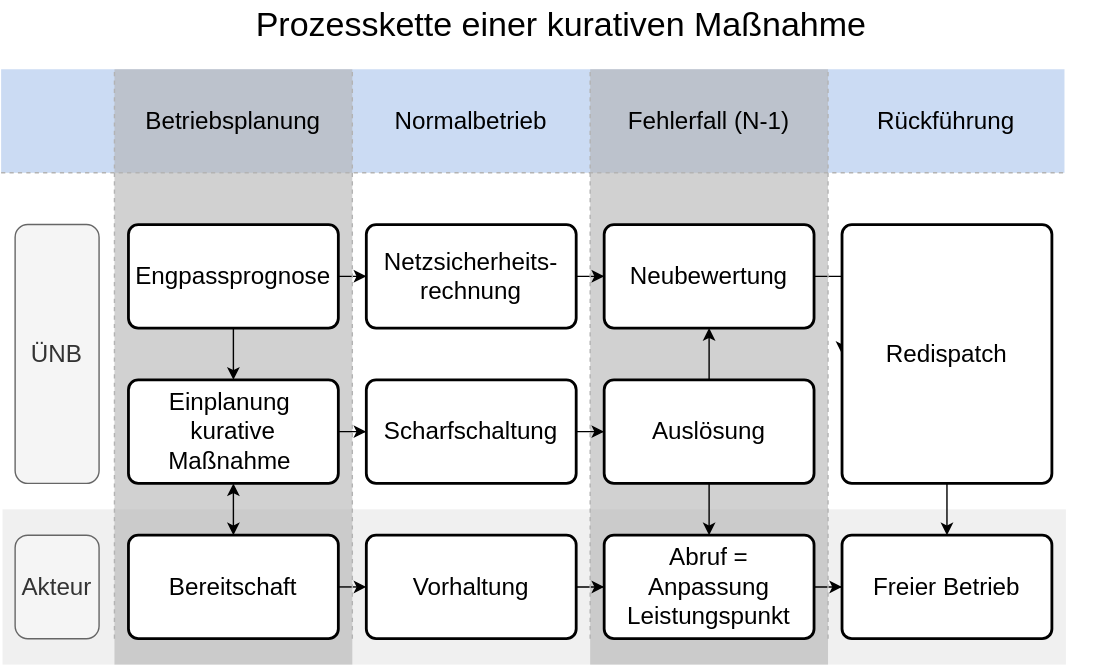
Before: figures/chapter_2/curative_process.svg, a diagram exported from draw.io (nikolaus0812/Masterarbeit-Ausgestaltung-eines-Marktmechanismus-fuer-kurative-Systemfuehrung-zur-Engpassbehebung). Source tidied: cells renumbered, new cells last; positions are measured from the earlier drawing's top-left corner, leaving out a move shared by most shapes.
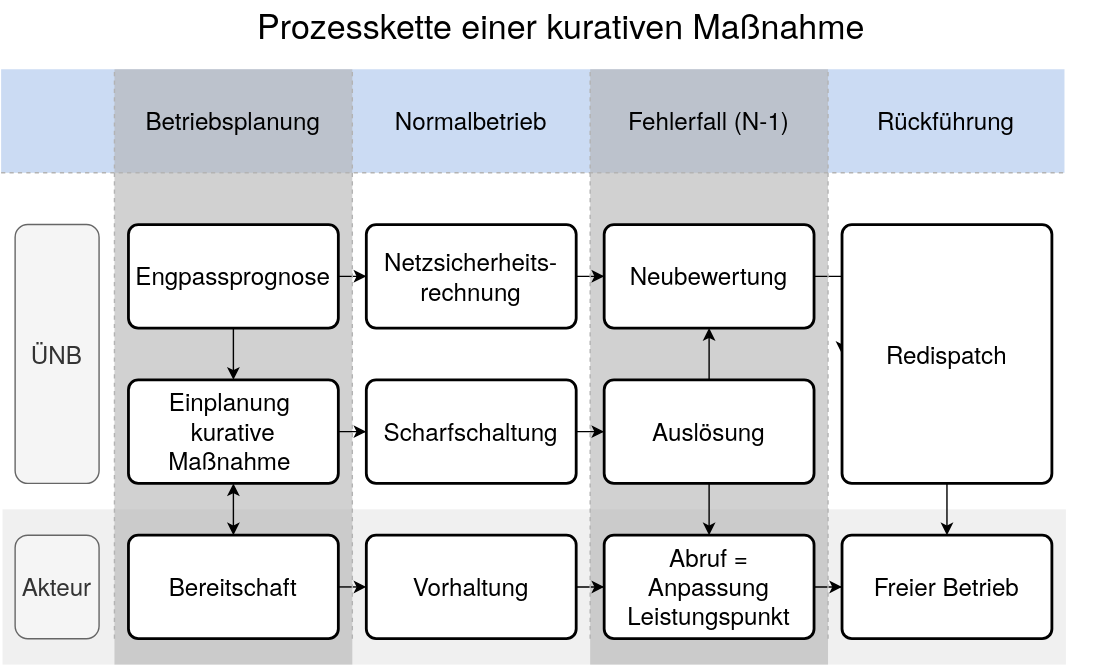
After the change.

The edit, as a diff of the source:
```diff
@@ -2,141 +2,141 @@
   <root>
     <mxCell id="0" />
     <mxCell id="1" parent="0" />
-    <mxCell id="2" style="rounded=0;whiteSpace=wrap;html=1;opacity=60;gradientColor=none;fillColor=light-dark(#E6E6E6,#EDEDED);strokeColor=none;fontSize=17.3;fontFamily=Helvetica;" parent="1" vertex="1">
+    <mxCell id="2" style="rounded=0;whiteSpace=wrap;html=1;opacity=60;gradientColor=none;fillColor=light-dark(#E6E6E6,#EDEDED);strokeColor=none;fontSize=17.3;fontFamily=TeX Gyre Heros;" parent="1" vertex="1">
       <mxGeometry x="1" y="363.5" width="760" height="111" as="geometry" />
     </mxCell>
-    <mxCell id="3" style="rounded=0;whiteSpace=wrap;html=1;opacity=60;gradientColor=none;fillColor=light-dark(#A9C4EB,#EDEDED);strokeColor=none;fontSize=17.3;fontFamily=Helvetica;" parent="1" vertex="1">
+    <mxCell id="3" style="rounded=0;whiteSpace=wrap;html=1;opacity=60;gradientColor=none;fillColor=light-dark(#A9C4EB,#EDEDED);strokeColor=none;fontSize=17.3;fontFamily=TeX Gyre Heros;" parent="1" vertex="1">
       <mxGeometry y="49" width="760" height="74" as="geometry" />
     </mxCell>
-    <mxCell id="4" style="rounded=0;whiteSpace=wrap;html=1;opacity=60;gradientColor=none;fillColor=light-dark(#B3B3B3,#EDEDED);strokeColor=none;fontSize=17.3;fontFamily=Helvetica;" parent="1" vertex="1">
+    <mxCell id="4" style="rounded=0;whiteSpace=wrap;html=1;opacity=60;gradientColor=none;fillColor=light-dark(#B3B3B3,#EDEDED);strokeColor=none;fontSize=17.3;fontFamily=TeX Gyre Heros;" parent="1" vertex="1">
       <mxGeometry x="421" y="49" width="170" height="425.5" as="geometry" />
     </mxCell>
-    <mxCell id="5" style="rounded=0;whiteSpace=wrap;html=1;opacity=60;gradientColor=none;fillColor=light-dark(#B3B3B3,#EDEDED);strokeColor=none;fontSize=17.3;fontFamily=Helvetica;" parent="1" vertex="1">
+    <mxCell id="5" style="rounded=0;whiteSpace=wrap;html=1;opacity=60;gradientColor=none;fillColor=light-dark(#B3B3B3,#EDEDED);strokeColor=none;fontSize=17.3;fontFamily=TeX Gyre Heros;" parent="1" vertex="1">
       <mxGeometry x="81" y="49" width="170" height="425.5" as="geometry" />
     </mxCell>
-    <mxCell id="6" style="edgeStyle=orthogonalEdgeStyle;rounded=0;jettySize=auto;html=1;exitX=0.5;exitY=1;exitDx=0;exitDy=0;entryX=0.5;entryY=0;entryDx=0;entryDy=0;fontFamily=Helvetica;" parent="1" edge="1" source="8" target="13">
+    <mxCell id="6" style="edgeStyle=orthogonalEdgeStyle;rounded=0;jettySize=auto;html=1;exitX=0.5;exitY=1;exitDx=0;exitDy=0;entryX=0.5;entryY=0;entryDx=0;entryDy=0;fontFamily=TeX Gyre Heros;" parent="1" edge="1" source="8" target="13">
       <mxGeometry relative="1" as="geometry" />
     </mxCell>
-    <mxCell id="7" style="edgeStyle=orthogonalEdgeStyle;rounded=0;jettySize=auto;html=1;fontFamily=Helvetica;" parent="1" edge="1" source="8" target="20">
+    <mxCell id="7" style="edgeStyle=orthogonalEdgeStyle;rounded=0;jettySize=auto;html=1;fontFamily=TeX Gyre Heros;" parent="1" edge="1" source="8" target="20">
       <mxGeometry relative="1" as="geometry" />
     </mxCell>
-    <mxCell id="8" value="Engpassprognose" style="rounded=1;whiteSpace=wrap;html=1;absoluteArcSize=1;arcSize=14;strokeWidth=2;fontSize=17.3;fontFamily=Helvetica;" parent="1" vertex="1">
+    <mxCell id="8" value="Engpassprognose" style="rounded=1;whiteSpace=wrap;html=1;absoluteArcSize=1;arcSize=14;strokeWidth=2;fontSize=17.3;fontFamily=TeX Gyre Heros;" parent="1" vertex="1">
       <mxGeometry x="91" y="160" width="150" height="74" as="geometry" />
     </mxCell>
-    <mxCell id="9" value="ÜNB" style="text;html=1;whiteSpace=wrap;strokeColor=#666666;fillColor=#f5f5f5;align=center;verticalAlign=middle;rounded=1;fontSize=17.3;fontStyle=0;fontColor=#333333;fontFamily=Helvetica;" parent="1" vertex="1">
+    <mxCell id="9" value="ÜNB" style="text;html=1;whiteSpace=wrap;strokeColor=#666666;fillColor=#f5f5f5;align=center;verticalAlign=middle;rounded=1;fontSize=17.3;fontStyle=0;fontColor=#333333;fontFamily=TeX Gyre Heros;" parent="1" vertex="1">
       <mxGeometry x="10" y="160" width="60" height="185" as="geometry" />
     </mxCell>
-    <mxCell id="10" value="Akteur" style="text;html=1;whiteSpace=wrap;strokeColor=#666666;fillColor=#f5f5f5;align=center;verticalAlign=middle;rounded=1;fontSize=17.3;fontStyle=0;fontColor=#333333;fontFamily=Helvetica;" parent="1" vertex="1">
+    <mxCell id="10" value="Akteur" style="text;html=1;whiteSpace=wrap;strokeColor=#666666;fillColor=#f5f5f5;align=center;verticalAlign=middle;rounded=1;fontSize=17.3;fontStyle=0;fontColor=#333333;fontFamily=TeX Gyre Heros;" parent="1" vertex="1">
       <mxGeometry x="10" y="382" width="60" height="74" as="geometry" />
     </mxCell>
-    <mxCell id="11" style="edgeStyle=orthogonalEdgeStyle;rounded=0;jettySize=auto;html=1;entryX=0.5;entryY=0;entryDx=0;entryDy=0;startArrow=classic;startFill=1;fontFamily=Helvetica;" parent="1" edge="1" target="15">
+    <mxCell id="11" style="edgeStyle=orthogonalEdgeStyle;rounded=0;jettySize=auto;html=1;entryX=0.5;entryY=0;entryDx=0;entryDy=0;startArrow=classic;startFill=1;fontFamily=TeX Gyre Heros;" parent="1" edge="1" target="15">
       <mxGeometry relative="1" as="geometry">
         <mxPoint x="166" y="345" as="sourcePoint" />
       </mxGeometry>
     </mxCell>
-    <mxCell id="12" style="edgeStyle=orthogonalEdgeStyle;rounded=0;jettySize=auto;html=1;exitX=1;exitY=0.5;exitDx=0;exitDy=0;fontFamily=Helvetica;" parent="1" edge="1" source="13" target="22">
+    <mxCell id="12" style="edgeStyle=orthogonalEdgeStyle;rounded=0;jettySize=auto;html=1;exitX=1;exitY=0.5;exitDx=0;exitDy=0;fontFamily=TeX Gyre Heros;" parent="1" edge="1" source="13" target="22">
       <mxGeometry relative="1" as="geometry" />
     </mxCell>
-    <mxCell id="13" value="Einplanung&amp;nbsp;&lt;div&gt;kurative Maßnahme&amp;nbsp;&lt;/div&gt;" style="rounded=1;whiteSpace=wrap;html=1;absoluteArcSize=1;arcSize=14;strokeWidth=2;fontSize=17.3;fontFamily=Helvetica;" parent="1" vertex="1">
+    <mxCell id="13" value="Einplanung&amp;nbsp;&lt;div&gt;kurative Maßnahme&amp;nbsp;&lt;/div&gt;" style="rounded=1;whiteSpace=wrap;html=1;absoluteArcSize=1;arcSize=14;strokeWidth=2;fontSize=17.3;fontFamily=TeX Gyre Heros;" parent="1" vertex="1">
       <mxGeometry x="91" y="271" width="150" height="74" as="geometry" />
     </mxCell>
-    <mxCell id="14" style="edgeStyle=orthogonalEdgeStyle;rounded=0;jettySize=auto;html=1;exitX=1;exitY=0.5;exitDx=0;exitDy=0;entryX=0;entryY=0.5;entryDx=0;entryDy=0;fontFamily=Helvetica;" parent="1" edge="1" source="15" target="24">
+    <mxCell id="14" style="edgeStyle=orthogonalEdgeStyle;rounded=0;jettySize=auto;html=1;exitX=1;exitY=0.5;exitDx=0;exitDy=0;entryX=0;entryY=0.5;entryDx=0;entryDy=0;fontFamily=TeX Gyre Heros;" parent="1" edge="1" source="15" target="24">
       <mxGeometry relative="1" as="geometry" />
     </mxCell>
-    <mxCell id="15" value="Bereitschaft" style="rounded=1;whiteSpace=wrap;html=1;absoluteArcSize=1;arcSize=14;strokeWidth=2;fontSize=17.3;fontFamily=Helvetica;" parent="1" vertex="1">
+    <mxCell id="15" value="Bereitschaft" style="rounded=1;whiteSpace=wrap;html=1;absoluteArcSize=1;arcSize=14;strokeWidth=2;fontSize=17.3;fontFamily=TeX Gyre Heros;" parent="1" vertex="1">
       <mxGeometry x="91" y="382" width="150" height="74" as="geometry" />
     </mxCell>
-    <mxCell id="16" style="endArrow=none;html=1;rounded=1;dashed=1;curved=0;strokeColor=#B3B3B3;fontSize=17.3;fontFamily=Helvetica;" parent="1" edge="1">
+    <mxCell id="16" style="endArrow=none;html=1;rounded=1;dashed=1;curved=0;strokeColor=#B3B3B3;fontSize=17.3;fontFamily=TeX Gyre Heros;" parent="1" edge="1">
       <mxGeometry relative="1" as="geometry">
         <mxPoint x="81" y="456" as="sourcePoint" />
         <mxPoint x="81" y="49" as="targetPoint" />
       </mxGeometry>
     </mxCell>
-    <mxCell id="17" style="endArrow=none;html=1;rounded=1;dashed=1;curved=0;strokeColor=#B3B3B3;fontSize=17.3;fontFamily=Helvetica;" parent="1" edge="1">
+    <mxCell id="17" style="endArrow=none;html=1;rounded=1;dashed=1;curved=0;strokeColor=#B3B3B3;fontSize=17.3;fontFamily=TeX Gyre Heros;" parent="1" edge="1">
       <mxGeometry relative="1" as="geometry">
         <mxPoint x="251" y="456" as="sourcePoint" />
         <mxPoint x="251" y="49" as="targetPoint" />
       </mxGeometry>
     </mxCell>
-    <mxCell id="18" style="endArrow=none;html=1;rounded=1;dashed=1;curved=0;strokeColor=#B3B3B3;fontSize=17.3;fontFamily=Helvetica;" parent="1" edge="1">
+    <mxCell id="18" style="endArrow=none;html=1;rounded=1;dashed=1;curved=0;strokeColor=#B3B3B3;fontSize=17.3;fontFamily=TeX Gyre Heros;" parent="1" edge="1">
       <mxGeometry relative="1" as="geometry">
         <mxPoint y="123" as="sourcePoint" />
         <mxPoint x="760" y="123" as="targetPoint" />
       </mxGeometry>
     </mxCell>
-    <mxCell id="19" style="edgeStyle=orthogonalEdgeStyle;rounded=0;jettySize=auto;html=1;fontFamily=Helvetica;" parent="1" edge="1" source="20" target="27">
+    <mxCell id="19" style="edgeStyle=orthogonalEdgeStyle;rounded=0;jettySize=auto;html=1;fontFamily=TeX Gyre Heros;" parent="1" edge="1" source="20" target="27">
       <mxGeometry relative="1" as="geometry" />
     </mxCell>
-    <mxCell id="20" value="Netzsicherheits-&#10;rechnung" style="rounded=1;whiteSpace=wrap;html=1;absoluteArcSize=1;arcSize=14;strokeWidth=2;fontSize=17.3;fontFamily=Helvetica;" parent="1" vertex="1">
+    <mxCell id="20" value="Netzsicherheits-&#10;rechnung" style="rounded=1;whiteSpace=wrap;html=1;absoluteArcSize=1;arcSize=14;strokeWidth=2;fontSize=17.3;fontFamily=TeX Gyre Heros;" parent="1" vertex="1">
       <mxGeometry x="261" y="160" width="150" height="74" as="geometry" />
     </mxCell>
-    <mxCell id="21" style="edgeStyle=orthogonalEdgeStyle;rounded=0;jettySize=auto;html=1;fontFamily=Helvetica;" parent="1" edge="1" source="22" target="30">
+    <mxCell id="21" style="edgeStyle=orthogonalEdgeStyle;rounded=0;jettySize=auto;html=1;fontFamily=TeX Gyre Heros;" parent="1" edge="1" source="22" target="30">
       <mxGeometry relative="1" as="geometry" />
     </mxCell>
-    <mxCell id="22" value="Scharfschaltung" style="rounded=1;whiteSpace=wrap;html=1;absoluteArcSize=1;arcSize=14;strokeWidth=2;fontSize=17.3;fontFamily=Helvetica;" parent="1" vertex="1">
+    <mxCell id="22" value="Scharfschaltung" style="rounded=1;whiteSpace=wrap;html=1;absoluteArcSize=1;arcSize=14;strokeWidth=2;fontSize=17.3;fontFamily=TeX Gyre Heros;" parent="1" vertex="1">
       <mxGeometry x="261" y="271" width="150" height="74" as="geometry" />
     </mxCell>
-    <mxCell id="23" style="edgeStyle=orthogonalEdgeStyle;rounded=0;jettySize=auto;html=1;exitX=1;exitY=0.5;exitDx=0;exitDy=0;fontFamily=Helvetica;" parent="1" edge="1" source="24" target="32">
+    <mxCell id="23" style="edgeStyle=orthogonalEdgeStyle;rounded=0;jettySize=auto;html=1;exitX=1;exitY=0.5;exitDx=0;exitDy=0;fontFamily=TeX Gyre Heros;" parent="1" edge="1" source="24" target="32">
       <mxGeometry relative="1" as="geometry" />
     </mxCell>
-    <mxCell id="24" value="Vorhaltung" style="rounded=1;whiteSpace=wrap;html=1;absoluteArcSize=1;arcSize=14;strokeWidth=2;fontSize=17.3;fontFamily=Helvetica;" parent="1" vertex="1">
+    <mxCell id="24" value="Vorhaltung" style="rounded=1;whiteSpace=wrap;html=1;absoluteArcSize=1;arcSize=14;strokeWidth=2;fontSize=17.3;fontFamily=TeX Gyre Heros;" parent="1" vertex="1">
       <mxGeometry x="261" y="382" width="150" height="74" as="geometry" />
     </mxCell>
-    <mxCell id="25" style="endArrow=none;html=1;rounded=1;dashed=1;curved=0;strokeColor=#B3B3B3;fontSize=17.3;fontFamily=Helvetica;" parent="1" edge="1">
+    <mxCell id="25" style="endArrow=none;html=1;rounded=1;dashed=1;curved=0;strokeColor=#B3B3B3;fontSize=17.3;fontFamily=TeX Gyre Heros;" parent="1" edge="1">
       <mxGeometry relative="1" as="geometry">
         <mxPoint x="421" y="456" as="sourcePoint" />
         <mxPoint x="421" y="49" as="targetPoint" />
       </mxGeometry>
     </mxCell>
-    <mxCell id="26" style="edgeStyle=orthogonalEdgeStyle;rounded=0;jettySize=auto;html=1;fontFamily=Helvetica;" parent="1" edge="1" source="27" target="35">
+    <mxCell id="26" style="edgeStyle=orthogonalEdgeStyle;rounded=0;jettySize=auto;html=1;fontFamily=TeX Gyre Heros;" parent="1" edge="1" source="27" target="35">
       <mxGeometry relative="1" as="geometry" />
     </mxCell>
-    <mxCell id="27" value="Neubewertung" style="rounded=1;whiteSpace=wrap;html=1;absoluteArcSize=1;arcSize=14;strokeWidth=2;fontSize=17.3;fontFamily=Helvetica;" parent="1" vertex="1">
+    <mxCell id="27" value="Neubewertung" style="rounded=1;whiteSpace=wrap;html=1;absoluteArcSize=1;arcSize=14;strokeWidth=2;fontSize=17.3;fontFamily=TeX Gyre Heros;" parent="1" vertex="1">
       <mxGeometry x="431" y="160" width="150" height="74" as="geometry" />
     </mxCell>
-    <mxCell id="28" style="edgeStyle=orthogonalEdgeStyle;rounded=0;jettySize=auto;html=1;exitX=0.5;exitY=1;exitDx=0;exitDy=0;entryX=0.5;entryY=0;entryDx=0;entryDy=0;fontFamily=Helvetica;" parent="1" edge="1" source="30" target="32">
+    <mxCell id="28" style="edgeStyle=orthogonalEdgeStyle;rounded=0;jettySize=auto;html=1;exitX=0.5;exitY=1;exitDx=0;exitDy=0;entryX=0.5;entryY=0;entryDx=0;entryDy=0;fontFamily=TeX Gyre Heros;" parent="1" edge="1" source="30" target="32">
       <mxGeometry relative="1" as="geometry" />
     </mxCell>
-    <mxCell id="29" style="edgeStyle=orthogonalEdgeStyle;rounded=0;jettySize=auto;html=1;exitX=0.5;exitY=0;exitDx=0;exitDy=0;entryX=0.5;entryY=1;entryDx=0;entryDy=0;fontFamily=Helvetica;" parent="1" edge="1" source="30" target="27">
+    <mxCell id="29" style="edgeStyle=orthogonalEdgeStyle;rounded=0;jettySize=auto;html=1;exitX=0.5;exitY=0;exitDx=0;exitDy=0;entryX=0.5;entryY=1;entryDx=0;entryDy=0;fontFamily=TeX Gyre Heros;" parent="1" edge="1" source="30" target="27">
       <mxGeometry relative="1" as="geometry" />
     </mxCell>
-    <mxCell id="30" value="Auslösung" style="rounded=1;whiteSpace=wrap;html=1;absoluteArcSize=1;arcSize=14;strokeWidth=2;fontSize=17.3;fontFamily=Helvetica;" parent="1" vertex="1">
+    <mxCell id="30" value="Auslösung" style="rounded=1;whiteSpace=wrap;html=1;absoluteArcSize=1;arcSize=14;strokeWidth=2;fontSize=17.3;fontFamily=TeX Gyre Heros;" parent="1" vertex="1">
       <mxGeometry x="431" y="271" width="150" height="74" as="geometry" />
     </mxCell>
-    <mxCell id="31" style="edgeStyle=orthogonalEdgeStyle;rounded=0;jettySize=auto;html=1;fontFamily=Helvetica;" parent="1" edge="1" source="32" target="36">
+    <mxCell id="31" style="edgeStyle=orthogonalEdgeStyle;rounded=0;jettySize=auto;html=1;fontFamily=TeX Gyre Heros;" parent="1" edge="1" source="32" target="36">
       <mxGeometry relative="1" as="geometry" />
     </mxCell>
-    <mxCell id="32" value="Abruf =&#10;Anpassung&#10;Leistungspunkt" style="rounded=1;whiteSpace=wrap;html=1;absoluteArcSize=1;arcSize=14;strokeWidth=2;fontSize=17.3;fontFamily=Helvetica;" parent="1" vertex="1">
+    <mxCell id="32" value="Abruf =&#10;Anpassung&#10;Leistungspunkt" style="rounded=1;whiteSpace=wrap;html=1;absoluteArcSize=1;arcSize=14;strokeWidth=2;fontSize=17.3;fontFamily=TeX Gyre Heros;" parent="1" vertex="1">
       <mxGeometry x="431" y="382" width="150" height="74" as="geometry" />
     </mxCell>
-    <mxCell id="33" style="endArrow=none;html=1;rounded=1;dashed=1;curved=0;strokeColor=#B3B3B3;fontSize=17.3;fontFamily=Helvetica;" parent="1" edge="1">
+    <mxCell id="33" style="endArrow=none;html=1;rounded=1;dashed=1;curved=0;strokeColor=#B3B3B3;fontSize=17.3;fontFamily=TeX Gyre Heros;" parent="1" edge="1">
       <mxGeometry relative="1" as="geometry">
         <mxPoint x="591" y="456" as="sourcePoint" />
         <mxPoint x="591" y="49" as="targetPoint" />
       </mxGeometry>
     </mxCell>
-    <mxCell id="34" style="edgeStyle=orthogonalEdgeStyle;rounded=0;jettySize=auto;html=1;fontFamily=Helvetica;" parent="1" edge="1" source="35" target="36">
+    <mxCell id="34" style="edgeStyle=orthogonalEdgeStyle;rounded=0;jettySize=auto;html=1;fontFamily=TeX Gyre Heros;" parent="1" edge="1" source="35" target="36">
       <mxGeometry relative="1" as="geometry" />
     </mxCell>
-    <mxCell id="35" value="Redispatch" style="rounded=1;whiteSpace=wrap;html=1;absoluteArcSize=1;arcSize=14;strokeWidth=2;fontSize=17.3;fontFamily=Helvetica;" parent="1" vertex="1">
+    <mxCell id="35" value="Redispatch" style="rounded=1;whiteSpace=wrap;html=1;absoluteArcSize=1;arcSize=14;strokeWidth=2;fontSize=17.3;fontFamily=TeX Gyre Heros;" parent="1" vertex="1">
       <mxGeometry x="601" y="160" width="150" height="185" as="geometry" />
     </mxCell>
-    <mxCell id="36" value="Freier Betrieb" style="rounded=1;whiteSpace=wrap;html=1;absoluteArcSize=1;arcSize=14;strokeWidth=2;fontSize=17.3;fontFamily=Helvetica;" parent="1" vertex="1">
+    <mxCell id="36" value="Freier Betrieb" style="rounded=1;whiteSpace=wrap;html=1;absoluteArcSize=1;arcSize=14;strokeWidth=2;fontSize=17.3;fontFamily=TeX Gyre Heros;" parent="1" vertex="1">
       <mxGeometry x="601" y="382" width="150" height="74" as="geometry" />
     </mxCell>
-    <mxCell id="37" value="Betriebsplanung" style="text;html=1;whiteSpace=wrap;strokeColor=none;fillColor=none;align=center;verticalAlign=middle;rounded=0;fontSize=17.3;fontFamily=Helvetica;" parent="1" vertex="1">
+    <mxCell id="37" value="Betriebsplanung" style="text;html=1;whiteSpace=wrap;strokeColor=none;fillColor=none;align=center;verticalAlign=middle;rounded=0;fontSize=17.3;fontFamily=TeX Gyre Heros;" parent="1" vertex="1">
       <mxGeometry x="81" y="49" width="170" height="74" as="geometry" />
     </mxCell>
-    <mxCell id="38" value="Normalbetrieb" style="text;html=1;whiteSpace=wrap;strokeColor=none;fillColor=none;align=center;verticalAlign=middle;rounded=0;fontSize=17.3;fontFamily=Helvetica;" parent="1" vertex="1">
+    <mxCell id="38" value="Normalbetrieb" style="text;html=1;whiteSpace=wrap;strokeColor=none;fillColor=none;align=center;verticalAlign=middle;rounded=0;fontSize=17.3;fontFamily=TeX Gyre Heros;" parent="1" vertex="1">
       <mxGeometry x="251" y="49" width="170" height="74" as="geometry" />
     </mxCell>
-    <mxCell id="39" value="Fehlerfall (N-1)" style="text;html=1;whiteSpace=wrap;strokeColor=none;fillColor=none;align=center;verticalAlign=middle;rounded=0;fontSize=17.3;fontFamily=Helvetica;" parent="1" vertex="1">
+    <mxCell id="39" value="Fehlerfall (N-1)" style="text;html=1;whiteSpace=wrap;strokeColor=none;fillColor=none;align=center;verticalAlign=middle;rounded=0;fontSize=17.3;fontFamily=TeX Gyre Heros;" parent="1" vertex="1">
       <mxGeometry x="421" y="49" width="170" height="74" as="geometry" />
     </mxCell>
-    <mxCell id="40" value="Rückführung" style="text;html=1;whiteSpace=wrap;strokeColor=none;fillColor=none;align=center;verticalAlign=middle;rounded=0;fontSize=17.3;fontFamily=Helvetica;" parent="1" vertex="1">
+    <mxCell id="40" value="Rückführung" style="text;html=1;whiteSpace=wrap;strokeColor=none;fillColor=none;align=center;verticalAlign=middle;rounded=0;fontSize=17.3;fontFamily=TeX Gyre Heros;" parent="1" vertex="1">
       <mxGeometry x="590" y="49" width="171" height="74" as="geometry" />
     </mxCell>
-    <mxCell id="41" value="Prozesskette einer kurativen Maßnahme" style="text;html=1;align=center;verticalAlign=middle;fontFamily=Helvetica;fontSize=24.3;fontStyle=0;" parent="1" vertex="1">
+    <mxCell id="41" value="Prozesskette einer kurativen Maßnahme" style="text;html=1;align=center;verticalAlign=middle;fontFamily=TeX Gyre Heros;fontSize=24.3;fontStyle=0;" parent="1" vertex="1">
       <mxGeometry x="10" width="780" height="34" as="geometry" />
     </mxCell>
   </root>
```
